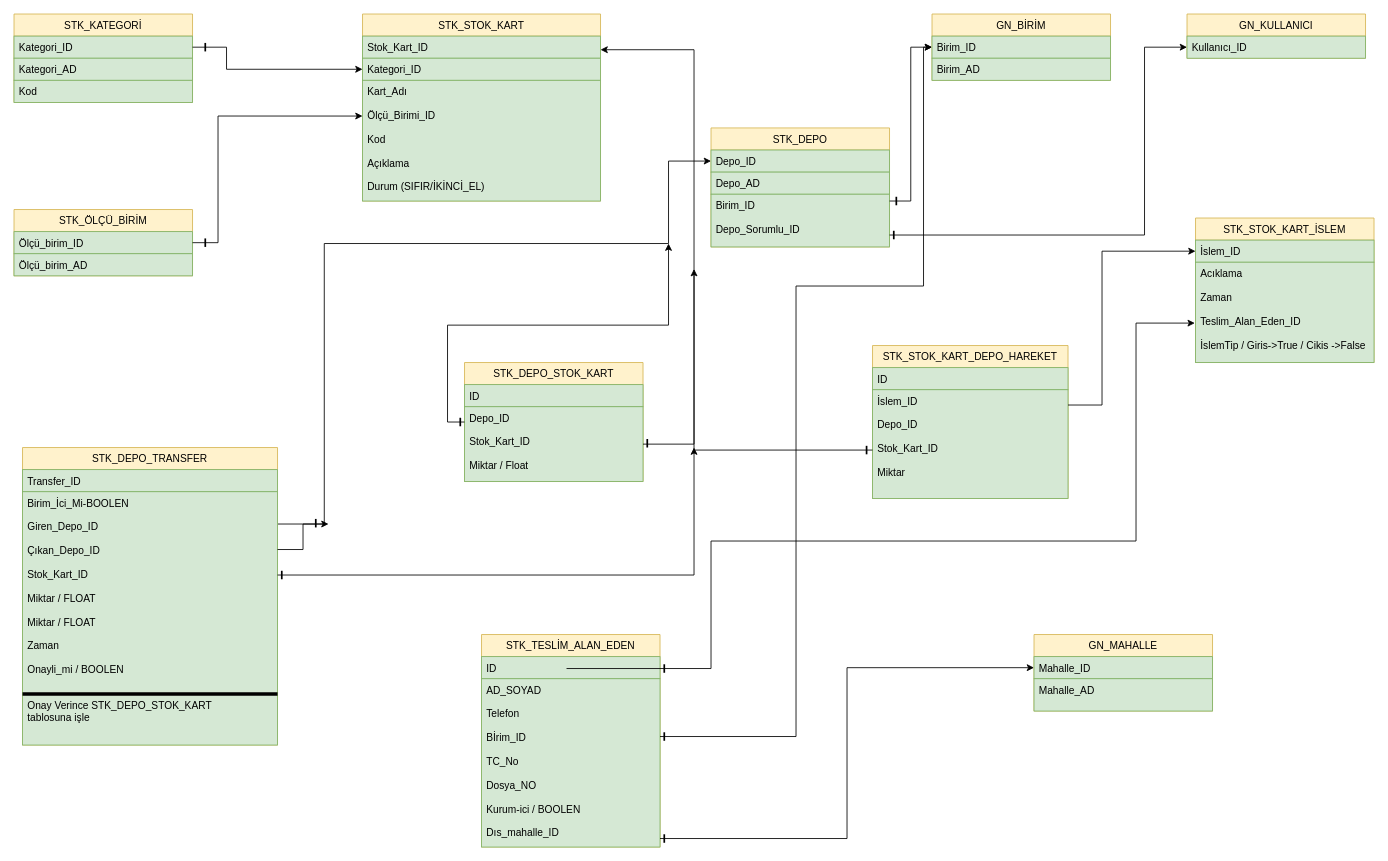
Before: Untitled Diagram.drawio in mtkazak/regression, a draw.io diagram. Source tidied: cells renumbered, new cells numbered last; positions are measured from the earlier drawing's top-left corner, leaving out a move shared by most shapes. Both pictures are drawn from the tidied source at 85%, with x=0, y=0 at pixel (14, 14).
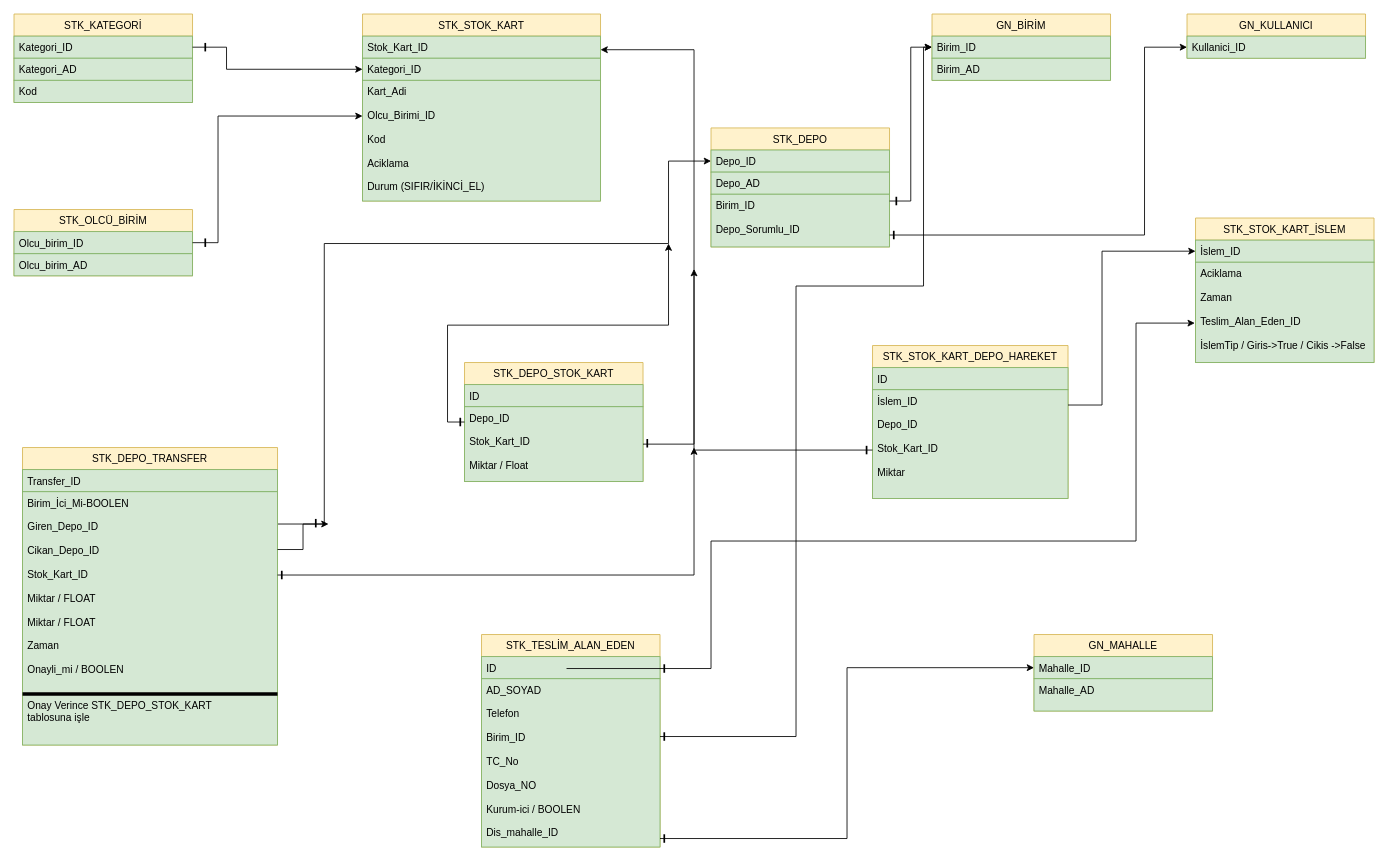
Above is the later version.

Unchanged cells that the change refers to:
```xml
<mxCell id="6" value="STK_STOK_KART" style="swimlane;fontStyle=0;horizontal=1;startSize=26;fillColor=#fff2cc;strokeColor=#d6b656;" parent="1" vertex="1">
  <mxGeometry x="410" width="280" height="220" as="geometry" />
</mxCell>
<mxCell id="20" value="GN_KULLANICI" style="swimlane;fontStyle=0;horizontal=1;startSize=26;fillColor=#fff2cc;strokeColor=#d6b656;" parent="1" vertex="1">
  <mxGeometry x="1380" width="210" height="52" as="geometry" />
</mxCell>
<mxCell id="30" value="STK_DEPO_TRANSFER" style="swimlane;fontStyle=0;horizontal=1;startSize=26;fillColor=#fff2cc;strokeColor=#d6b656;" parent="1" vertex="1">
  <mxGeometry x="10" y="510" width="300" height="350" as="geometry" />
</mxCell>
<mxCell id="37" value="STK_STOK_KART_İSLEM" style="swimlane;fontStyle=0;horizontal=1;startSize=26;fillColor=#fff2cc;strokeColor=#d6b656;" parent="1" vertex="1">
  <mxGeometry x="1390" y="240" width="210" height="170" as="geometry" />
</mxCell>
<mxCell id="40" value="STK_TESLİM_ALAN_EDEN" style="swimlane;fontStyle=0;horizontal=1;startSize=26;fillColor=#fff2cc;strokeColor=#d6b656;" parent="1" vertex="1">
  <mxGeometry x="550" y="730" width="210" height="250" as="geometry" />
</mxCell>
```

Diff of the diagram source:
```diff
@@
-    <mxCell id="9" value="Kart_Adı&#10;&#10;Ölçü_Birimi_ID&#10;&#10;Kod&#10;&#10;Açıklama &#10;&#10;Durum (SIFIR/İKİNCİ_EL)&#10;" style="text;strokeColor=#82b366;fillColor=#d5e8d4;align=left;verticalAlign=top;spacingLeft=4;spacingRight=4;overflow=hidden;points=[[0,0.5],[1,0.5]];portConstraint=eastwest;" parent="6" vertex="1">
+    <mxCell id="9" value="Kart_Adi&#10;&#10;Olcu_Birimi_ID&#10;&#10;Kod&#10;&#10;Aciklama &#10;&#10;Durum (SIFIR/İKİNCİ_EL)&#10;" style="text;strokeColor=#82b366;fillColor=#d5e8d4;align=left;verticalAlign=top;spacingLeft=4;spacingRight=4;overflow=hidden;points=[[0,0.5],[1,0.5]];portConstraint=eastwest;" parent="6" vertex="1">
       <mxGeometry y="78" width="280" height="142" as="geometry" />
     </mxCell>
-    <mxCell id="10" value="STK_ÖLÇÜ_BİRİM" style="swimlane;fontStyle=0;horizontal=1;startSize=26;fillColor=#fff2cc;strokeColor=#d6b656;" parent="1" vertex="1">
+    <mxCell id="10" value="STK_OLCÜ_BİRİM" style="swimlane;fontStyle=0;horizontal=1;startSize=26;fillColor=#fff2cc;strokeColor=#d6b656;" parent="1" vertex="1">
       <mxGeometry y="230" width="210" height="78" as="geometry" />
     </mxCell>
-    <mxCell id="11" value="Ölçü_birim_ID" style="text;strokeColor=#82b366;fillColor=#d5e8d4;align=left;verticalAlign=top;spacingLeft=4;spacingRight=4;overflow=hidden;points=[[0,0.5],[1,0.5]];portConstraint=eastwest;" parent="10" vertex="1">
+    <mxCell id="11" value="Olcu_birim_ID" style="text;strokeColor=#82b366;fillColor=#d5e8d4;align=left;verticalAlign=top;spacingLeft=4;spacingRight=4;overflow=hidden;points=[[0,0.5],[1,0.5]];portConstraint=eastwest;" parent="10" vertex="1">
       <mxGeometry y="26" width="210" height="26" as="geometry" />
     </mxCell>
-    <mxCell id="12" value="Ölçü_birim_AD" style="text;strokeColor=#82b366;fillColor=#d5e8d4;align=left;verticalAlign=top;spacingLeft=4;spacingRight=4;overflow=hidden;" parent="10" vertex="1">
+    <mxCell id="12" value="Olcu_birim_AD" style="text;strokeColor=#82b366;fillColor=#d5e8d4;align=left;verticalAlign=top;spacingLeft=4;spacingRight=4;overflow=hidden;" parent="10" vertex="1">
       <mxGeometry y="52" width="210" height="26" as="geometry" />
     </mxCell>
@@
-    <mxCell id="21" value="Kullanıcı_ID" style="text;strokeColor=#82b366;fillColor=#d5e8d4;align=left;verticalAlign=top;spacingLeft=4;spacingRight=4;overflow=hidden;points=[[0,0.5],[1,0.5]];portConstraint=eastwest;" parent="20" vertex="1">
+    <mxCell id="21" value="Kullanici_ID" style="text;strokeColor=#82b366;fillColor=#d5e8d4;align=left;verticalAlign=top;spacingLeft=4;spacingRight=4;overflow=hidden;points=[[0,0.5],[1,0.5]];portConstraint=eastwest;" parent="20" vertex="1">
       <mxGeometry y="26" width="210" height="26" as="geometry" />
     </mxCell>
@@
-    <mxCell id="32" value="Birim_İci_Mi-BOOLEN&#10;&#10;Giren_Depo_ID&#10;&#10;Çıkan_Depo_ID&#10;&#10;Stok_Kart_ID&#10;&#10;Miktar / FLOAT&#10;&#10;Miktar / FLOAT &#10;&#10;Zaman&#10;&#10;Onayli_mi / BOOLEN&#10;&#10;&#10;Onay Verince STK_DEPO_STOK_KART &#10;tablosuna işle" style="text;strokeColor=#82b366;fillColor=#d5e8d4;align=left;verticalAlign=top;spacingLeft=4;spacingRight=4;overflow=hidden;points=[[0,0.5],[1,0.5]];portConstraint=eastwest;" parent="30" vertex="1">
+    <mxCell id="32" value="Birim_İci_Mi-BOOLEN&#10;&#10;Giren_Depo_ID&#10;&#10;Cikan_Depo_ID&#10;&#10;Stok_Kart_ID&#10;&#10;Miktar / FLOAT&#10;&#10;Miktar / FLOAT &#10;&#10;Zaman&#10;&#10;Onayli_mi / BOOLEN&#10;&#10;&#10;Onay Verince STK_DEPO_STOK_KART &#10;tablosuna işle" style="text;strokeColor=#82b366;fillColor=#d5e8d4;align=left;verticalAlign=top;spacingLeft=4;spacingRight=4;overflow=hidden;points=[[0,0.5],[1,0.5]];portConstraint=eastwest;" parent="30" vertex="1">
       <mxGeometry y="52" width="300" height="298" as="geometry" />
     </mxCell>
@@
-    <mxCell id="39" value="Acıklama&#10;&#10;Zaman&#10;&#10;Teslim_Alan_Eden_ID&#10;&#10;İslemTip / Giris-&gt;True / Cikis -&gt;False" style="text;strokeColor=#82b366;fillColor=#d5e8d4;align=left;verticalAlign=top;spacingLeft=4;spacingRight=4;overflow=hidden;points=[[0,0.5],[1,0.5]];portConstraint=eastwest;" parent="37" vertex="1">
+    <mxCell id="39" value="Aciklama&#10;&#10;Zaman&#10;&#10;Teslim_Alan_Eden_ID&#10;&#10;İslemTip / Giris-&gt;True / Cikis -&gt;False" style="text;strokeColor=#82b366;fillColor=#d5e8d4;align=left;verticalAlign=top;spacingLeft=4;spacingRight=4;overflow=hidden;points=[[0,0.5],[1,0.5]];portConstraint=eastwest;" parent="37" vertex="1">
       <mxGeometry y="52" width="210" height="118" as="geometry" />
     </mxCell>
@@
-    <mxCell id="42" value="AD_SOYAD&#10;&#10;Telefon&#10;&#10;Bİrim_ID&#10;&#10;TC_No&#10;&#10;Dosya_NO&#10;&#10;Kurum-ici / BOOLEN&#10;&#10;Dıs_mahalle_ID" style="text;strokeColor=#82b366;fillColor=#d5e8d4;align=left;verticalAlign=top;spacingLeft=4;spacingRight=4;overflow=hidden;points=[[0,0.5],[1,0.5]];portConstraint=eastwest;" parent="40" vertex="1">
+    <mxCell id="42" value="AD_SOYAD&#10;&#10;Telefon&#10;&#10;Birim_ID&#10;&#10;TC_No&#10;&#10;Dosya_NO&#10;&#10;Kurum-ici / BOOLEN&#10;&#10;Dis_mahalle_ID" style="text;strokeColor=#82b366;fillColor=#d5e8d4;align=left;verticalAlign=top;spacingLeft=4;spacingRight=4;overflow=hidden;points=[[0,0.5],[1,0.5]];portConstraint=eastwest;" parent="40" vertex="1">
       <mxGeometry y="52" width="210" height="198" as="geometry" />
     </mxCell>
```
